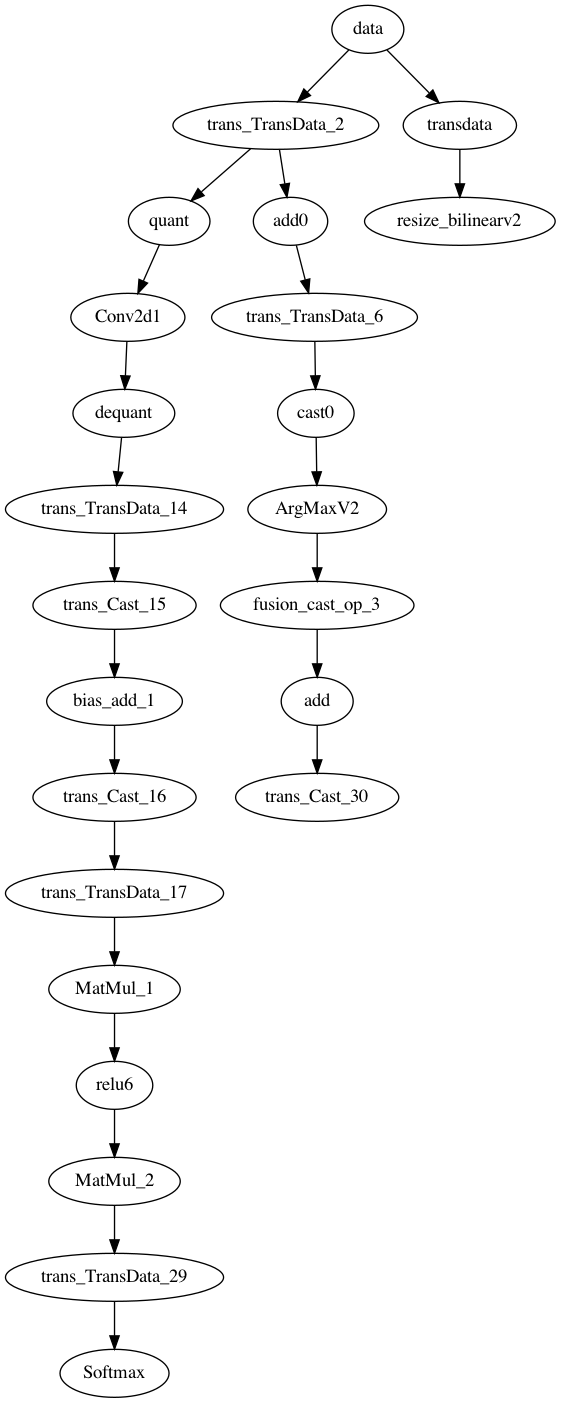
This is mnn/models/dfmodel1/dfmodel1.png from summerspringwei/DAG-Scheduler, a Graphviz export, as it was before one commit. Its source is kept beside it as mnn/models/dfmodel1/dfmodel1.dot. Source of this version:
```dot
digraph G {
"data"->"trans_TransData_2";
"data"->"transdata";
"data" [weight=0.0033940000000000003];
"transdata"->"resize_bilinearv2";
"transdata" [weight=100.0];
"trans_TransData_2"->"quant";
"trans_TransData_2"->"add0";
"trans_TransData_2" [weight=100.0];
"add0"->"trans_TransData_6";
"add0" [weight=100.0];
"trans_TransData_6"->"cast0";
"trans_TransData_6" [weight=100.0];
"cast0"->"ArgMaxV2";
"cast0" [weight=0.279021];
"quant"->"Conv2d1";
"quant" [weight=100.0];
"Conv2d1"->"dequant";
"Conv2d1" [weight=100.0];
"dequant"->"trans_TransData_14";
"dequant" [weight=100.0];
"trans_TransData_14"->"trans_Cast_15";
"trans_TransData_14" [weight=100.0];
"trans_Cast_15"->"bias_add_1";
"trans_Cast_15" [weight=0.26941899999999996];
"resize_bilinearv2" [weight=0.455758];
"ArgMaxV2"->"fusion_cast_op_3";
"ArgMaxV2" [weight=0.296284];
"fusion_cast_op_3"->"add";
"fusion_cast_op_3" [weight=0.253151];
"add"->"trans_Cast_30";
"add" [weight=100.0];
"trans_Cast_30" [weight=0.265504];
"bias_add_1"->"trans_Cast_16";
"bias_add_1" [weight=0.282609];
"trans_Cast_16"->"trans_TransData_17";
"trans_Cast_16" [weight=0.260418];
"trans_TransData_17"->"MatMul_1";
"trans_TransData_17" [weight=100.0];
"MatMul_1"->"relu6";
"MatMul_1" [weight=100.0];
"relu6"->"MatMul_2";
"relu6" [weight=0.465117];
"MatMul_2"->"trans_TransData_29";
"MatMul_2" [weight=100.0];
"trans_TransData_29"->"Softmax";
"trans_TransData_29" [weight=100.0];
"Softmax" [weight=0.264927];
}
```
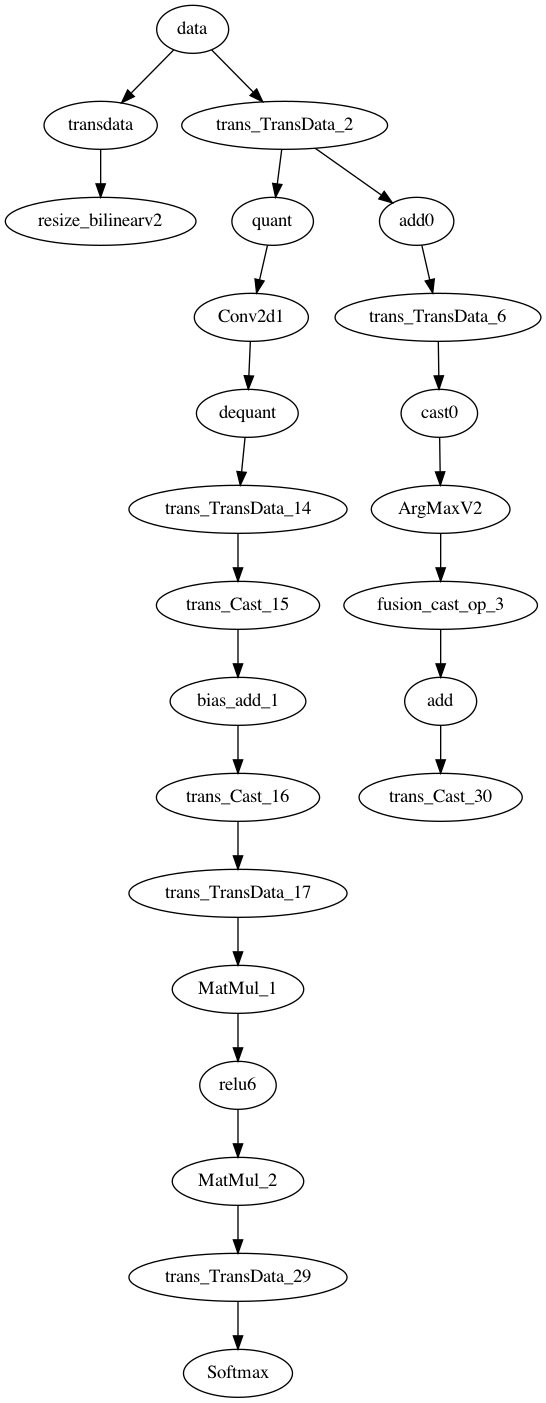
After the commit.

What changed in the source:
```diff
@@ -1,6 +1,6 @@
 digraph G {
+"data"->"transdata";
 "data"->"trans_TransData_2";
-"data"->"transdata";
 "data" [weight=0.0033940000000000003];
 "transdata"->"resize_bilinearv2";
 "transdata" [weight=100.0];
```
